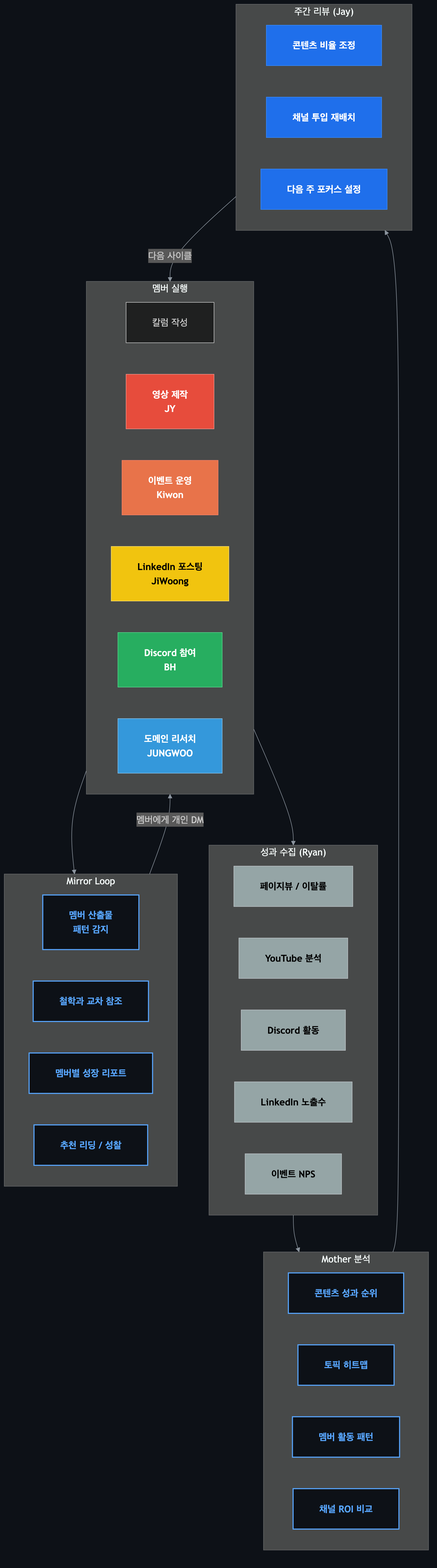
Above: products/hypeproof-workflow-diagrams/d5-color.png in JeHyeong2/hypeprooflab (Mermaid), before the change. Its source is kept beside it as products/hypeproof-workflow-diagrams/d5-color.mmd.
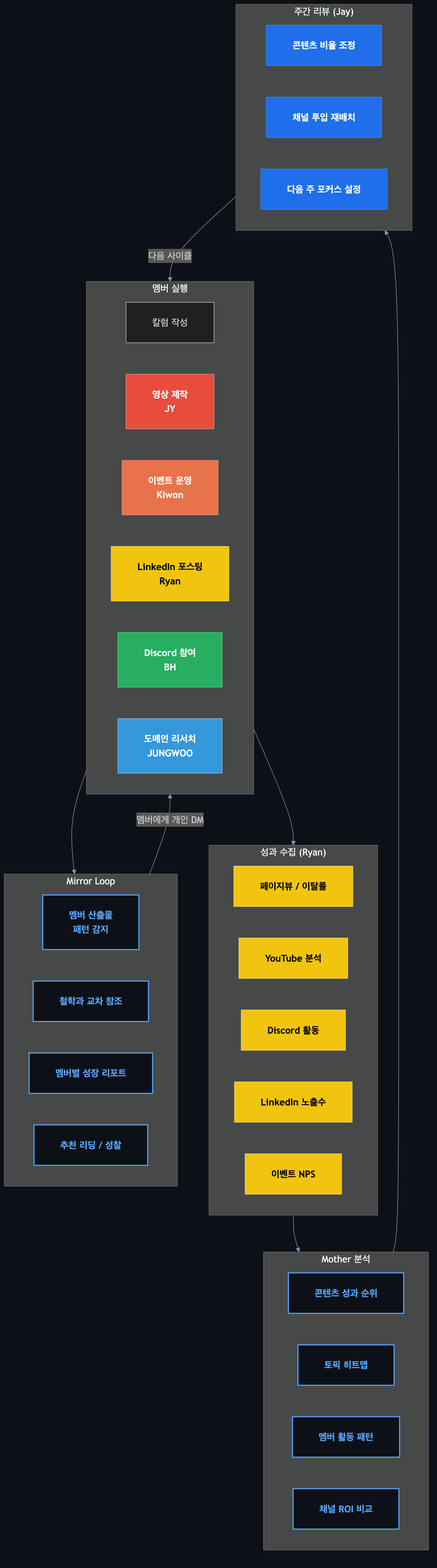
Above is the later version.

The edit, as a diff of the source:
```diff
@@ -3,7 +3,7 @@
         E1["칼럼 작성"]
         E2["영상 제작<br/>JY"]
         E3["이벤트 운영<br/>Kiwon"]
-        E4["LinkedIn 포스팅<br/>JiWoong"]
+        E4["LinkedIn 포스팅<br/>Ryan"]
         E5["Discord 참여<br/>BH"]
         E6["도메인 리서치<br/>JUNGWOO"]
     end
@@ -46,21 +46,19 @@
 
     classDef jay fill:#1f6feb,stroke:#388bfd,color:#fff,font-weight:bold
     classDef kiwon fill:#e8734a,stroke:#f78166,color:#fff,font-weight:bold
-    classDef jiwoong fill:#f1c40f,stroke:#f7dc6f,color:#000,font-weight:bold
+    classDef ryan fill:#f1c40f,stroke:#f7dc6f,color:#000,font-weight:bold
     classDef jy fill:#e74c3c,stroke:#f1948a,color:#fff,font-weight:bold
     classDef tj fill:#8b4513,stroke:#cd853f,color:#fff,font-weight:bold
     classDef jehyeong fill:#9b59b6,stroke:#bb8fce,color:#fff,font-weight:bold
     classDef bh fill:#27ae60,stroke:#58d68d,color:#fff,font-weight:bold
     classDef jungwoo fill:#3498db,stroke:#85c1e9,color:#fff,font-weight:bold
-    classDef ryan fill:#95a5a6,stroke:#bdc3c7,color:#000,font-weight:bold
     classDef mother fill:#0d1117,stroke:#58a6ff,color:#58a6ff,font-weight:bold,stroke-width:2px
 
     class DEC1,DEC2,DEC3 jay
     class E3 kiwon
-    class E4 jiwoong
+    class E4,M1,M2,M3,M4,M5 ryan
     class E2 jy
     class E5 bh
     class E6 jungwoo
-    class M1,M2,M3,M4,M5 ryan
     class AN1,AN2,AN3,AN4 mother
     class ML1,ML2,ML3,ML4 mother
```
